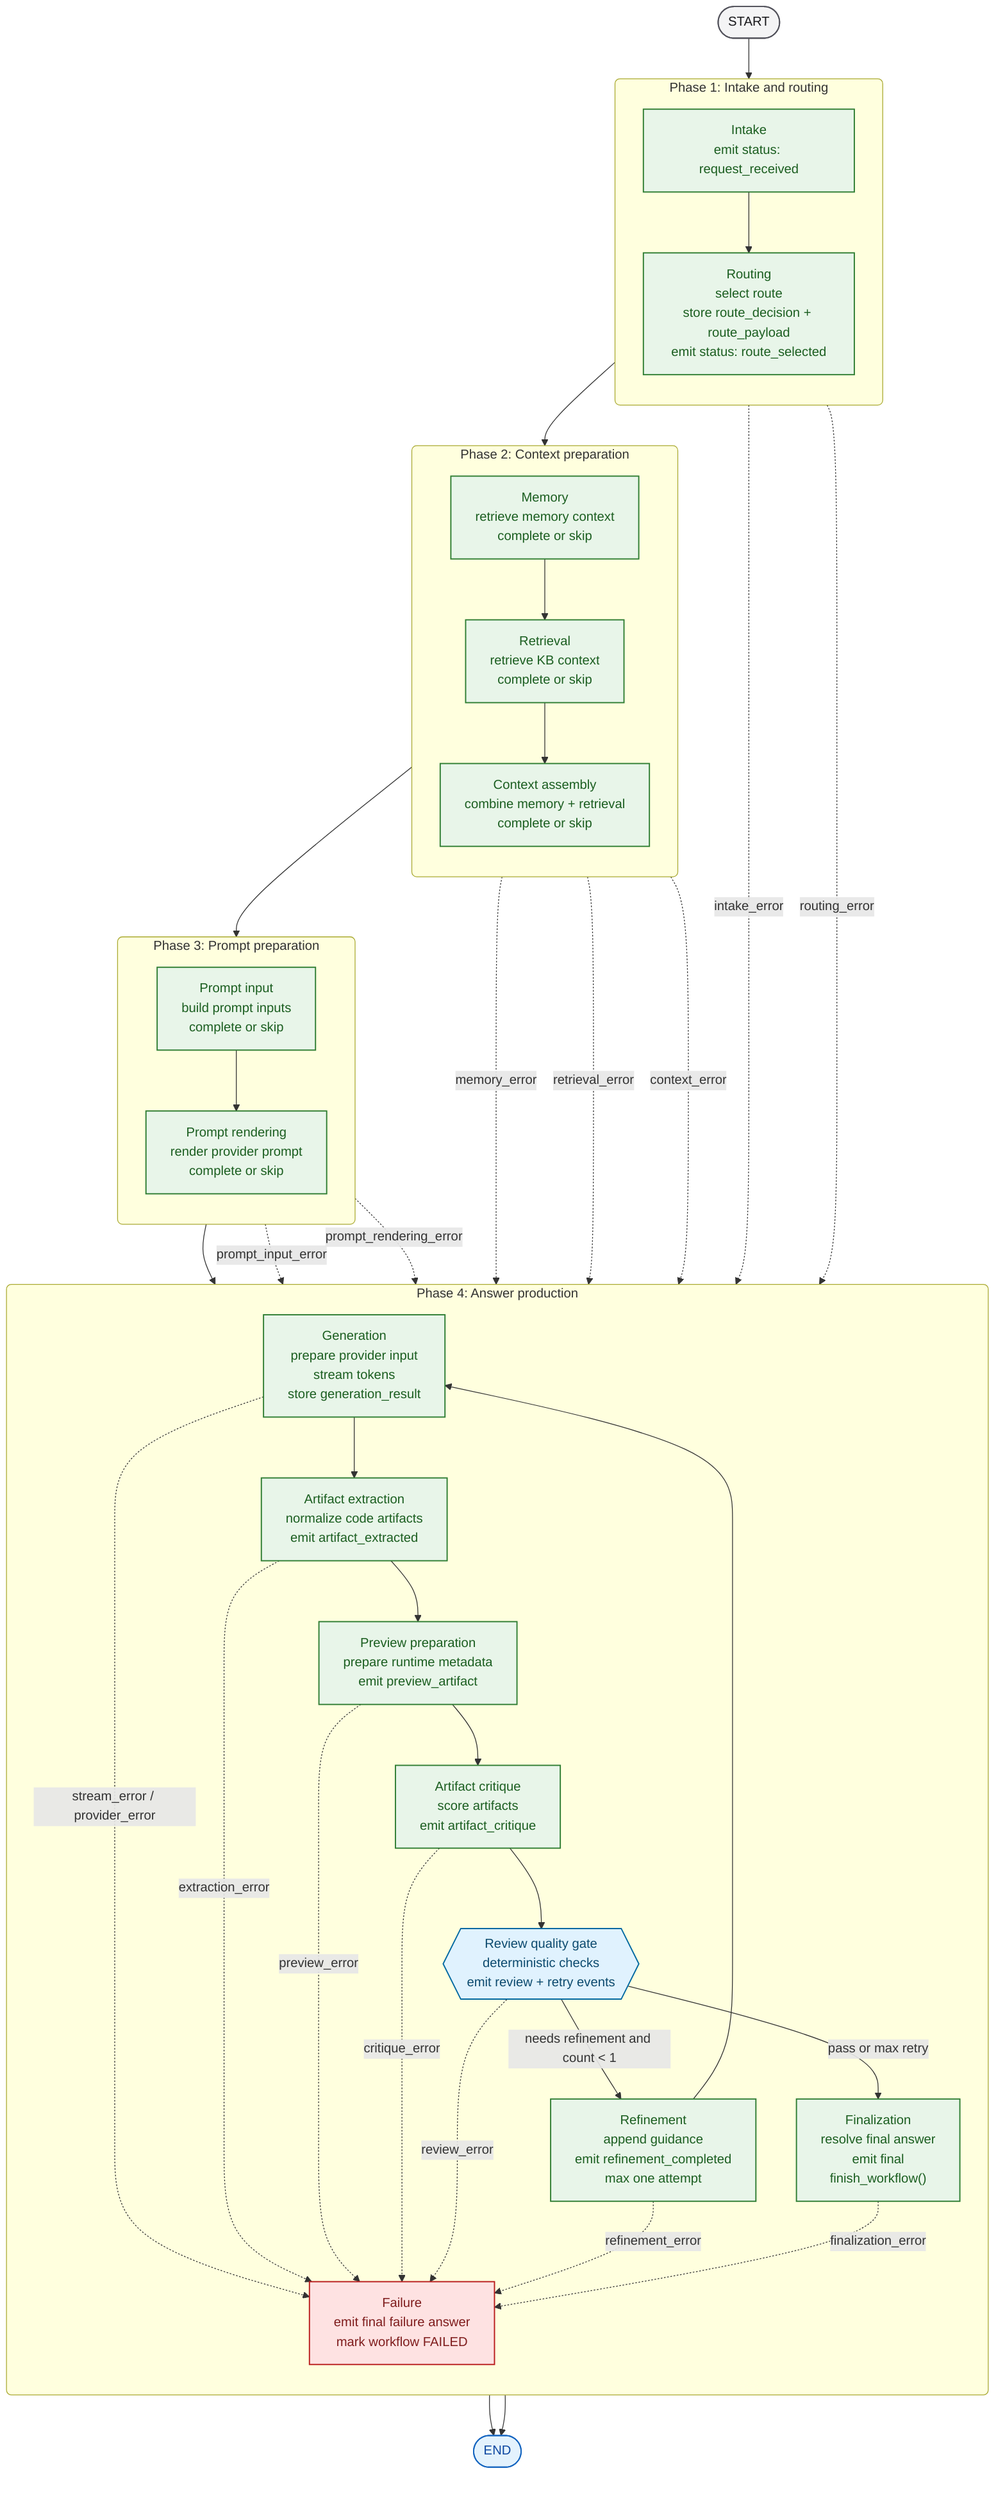
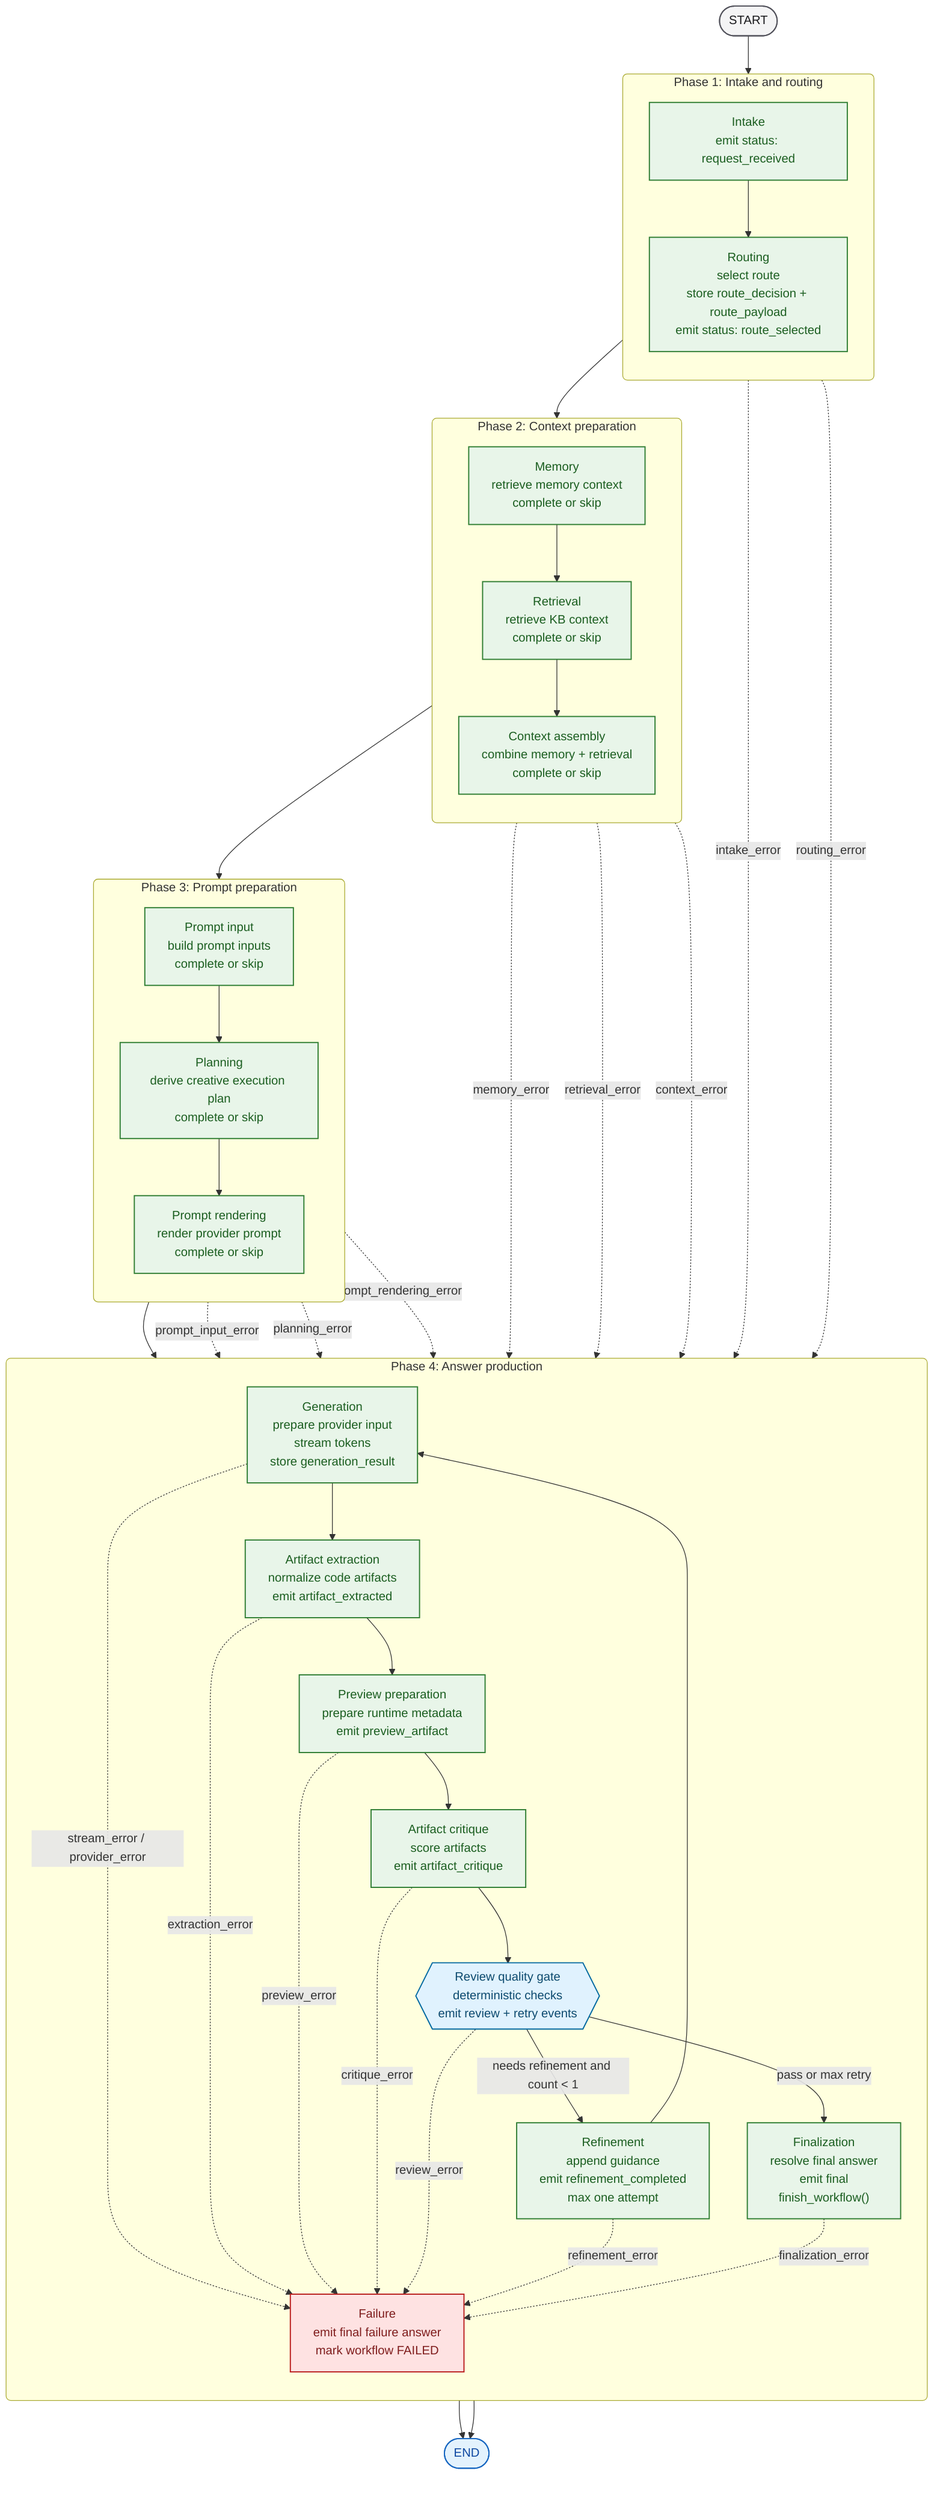
flowchart TB
    classDef boundary fill:#F4F4F5,stroke:#52525B,color:#18181B,stroke-width:1.5px;
    classDef implemented fill:#E8F5E9,stroke:#2E7D32,color:#1B5E20,stroke-width:1.5px;
    classDef gate fill:#E0F2FE,stroke:#0369A1,color:#0C4A6E,stroke-width:1.5px;
    classDef failure fill:#FEE2E2,stroke:#B91C1C,color:#7F1D1D,stroke-width:1.5px;
    classDef terminal fill:#E3F2FD,stroke:#1565C0,color:#0D47A1,stroke-width:1.5px;

    start([START])
    finish([END])

    subgraph phase_1["Phase 1: Intake and routing"]
        direction TB
        intake["Intake<br/>emit status: request_received"]
        routing["Routing<br/>select route<br/>store route_decision + route_payload<br/>emit status: route_selected"]
    end

    subgraph phase_2["Phase 2: Context preparation"]
        direction TB
        memory["Memory<br/>retrieve memory context<br/>complete or skip"]
        retrieval["Retrieval<br/>retrieve KB context<br/>complete or skip"]
        context_assembly["Context assembly<br/>combine memory + retrieval<br/>complete or skip"]
    end

    subgraph phase_3["Phase 3: Prompt preparation"]
        direction TB
        prompt_input["Prompt input<br/>build prompt inputs<br/>complete or skip"]
+         planning["Planning<br/>derive creative execution plan<br/>complete or skip"]
        prompt_rendering["Prompt rendering<br/>render provider prompt<br/>complete or skip"]
    end

    subgraph phase_4["Phase 4: Answer production"]
        direction TB
        generation["Generation<br/>prepare provider input<br/>stream tokens<br/>store generation_result"]
        artifact_extraction["Artifact extraction<br/>normalize code artifacts<br/>emit artifact_extracted"]
        preview_preparation["Preview preparation<br/>prepare runtime metadata<br/>emit preview_artifact"]
        artifact_critique["Artifact critique<br/>score artifacts<br/>emit artifact_critique"]
        review{{"Review quality gate<br/>deterministic checks<br/>emit review + retry events"}}
        refinement["Refinement<br/>append guidance<br/>emit refinement_completed<br/>max one attempt"]
        finalization["Finalization<br/>resolve final answer<br/>emit final<br/>finish_workflow()"]
        failure["Failure<br/>emit final failure answer<br/>mark workflow FAILED"]
    end

-     start --> intake --> routing --> memory --> retrieval --> context_assembly --> prompt_input --> prompt_rendering --> generation --> artifact_extraction --> preview_preparation --> artifact_critique --> review
+     start --> intake --> routing --> memory --> retrieval --> context_assembly --> prompt_input --> planning --> prompt_rendering --> generation --> artifact_extraction --> preview_preparation --> artifact_critique --> review
    review -->|"pass or max retry"| finalization --> finish
    review -->|"needs refinement and count < 1"| refinement --> generation
    intake -. intake_error .-> failure
    routing -. routing_error .-> failure
    memory -. memory_error .-> failure
    retrieval -. retrieval_error .-> failure
    context_assembly -. context_error .-> failure
    prompt_input -. prompt_input_error .-> failure
+     planning -. planning_error .-> failure
    prompt_rendering -. prompt_rendering_error .-> failure
    generation -. stream_error / provider_error .-> failure
    artifact_extraction -. extraction_error .-> failure
    preview_preparation -. preview_error .-> failure
    artifact_critique -. critique_error .-> failure
    review -. review_error .-> failure
    refinement -. refinement_error .-> failure
    finalization -. finalization_error .-> failure
    failure --> finish

    class start boundary
    class finish terminal
-     class intake,routing,memory,retrieval,context_assembly,prompt_input,prompt_rendering,generation,artifact_extraction,preview_preparation,artifact_critique,refinement,finalization implemented
+     class intake,routing,memory,retrieval,context_assembly,prompt_input,planning,prompt_rendering,generation,artifact_extraction,preview_preparation,artifact_critique,refinement,finalization implemented
    class review gate
    class failure failure
    style phase_1 rx:6px,ry:6px
    style phase_2 rx:6px,ry:6px
    style phase_3 rx:6px,ry:6px
    style phase_4 rx:6px,ry:6px
